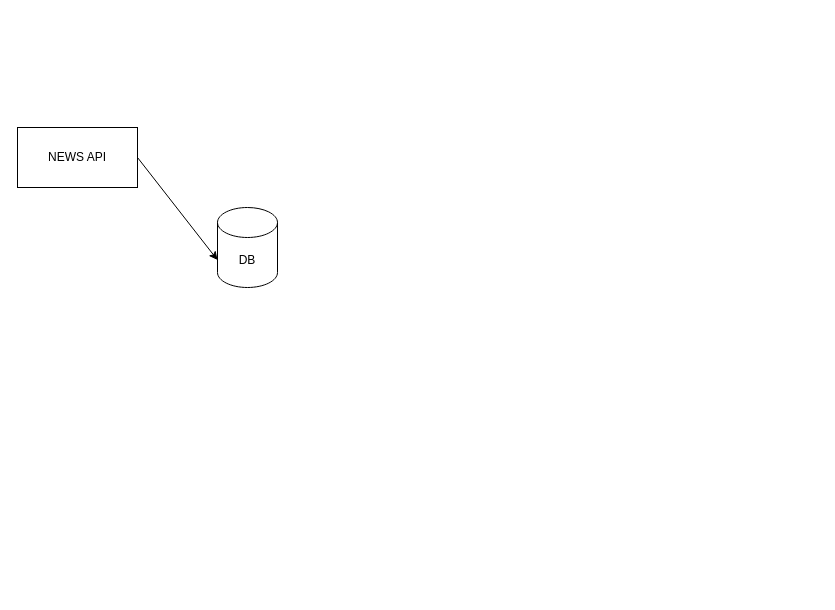
This is assets/news_Habor.drawio from Duks31/news-harbor, a draw.io file, before an edit. Source tidied: cells renumbered, new cells numbered last; positions are measured from the earlier drawing's top-left corner, leaving out a move shared by most shapes. Both pictures are drawn from the tidied source at 100%, with x=0, y=0 at pixel (17, 127).
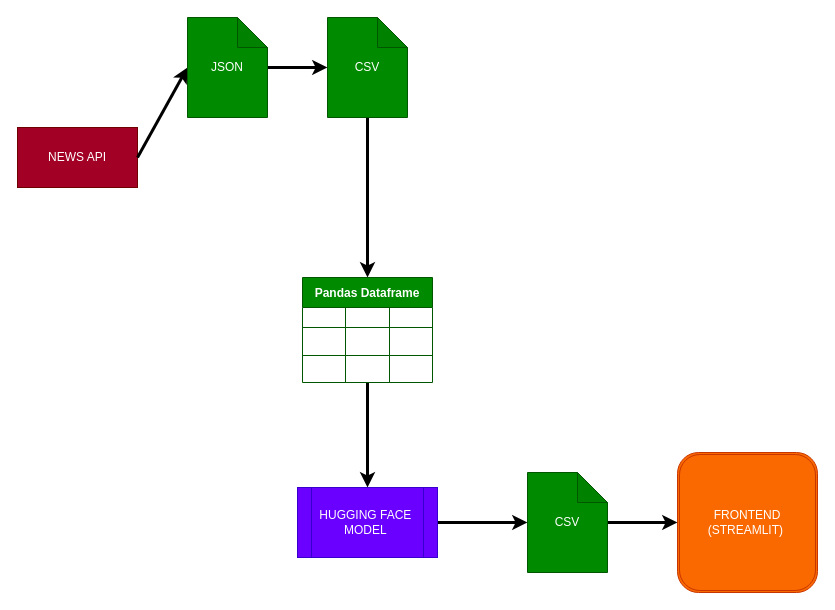
The same page after the edit.

The edit, as a diff of the source:
```diff
@@
-<mxGraphModel>
+<mxGraphModel background="#ffffff">
@@
-    <mxCell id="2" value="NEWS API" style="rounded=0;whiteSpace=wrap;html=1;" parent="1" vertex="1">
+    <mxCell id="2" value="NEWS API" style="rounded=0;whiteSpace=wrap;html=1;fillColor=#a20025;fontColor=#ffffff;strokeColor=#6F0000;" parent="1" vertex="1">
       <mxGeometry width="120" height="60" as="geometry" />
     </mxCell>
-    <mxCell id="3" style="endArrow=classic;html=1;rounded=0;entryX=0;entryY=0;entryDx=0;entryDy=52.5;entryPerimeter=0;exitX=1;exitY=0.5;exitDx=0;exitDy=0;" parent="1" edge="1" source="2" target="4">
+    <mxCell id="3" style="endArrow=classic;html=1;rounded=0;entryX=0;entryY=0.5;entryDx=0;entryDy=0;entryPerimeter=0;exitX=1;exitY=0.5;exitDx=0;exitDy=0;strokeColor=#000000;strokeWidth=3;" parent="1" edge="1" source="2" target="6">
       <mxGeometry relative="1" as="geometry" />
     </mxCell>
-    <mxCell id="4" value="DB" style="shape=cylinder3;whiteSpace=wrap;html=1;boundedLbl=1;backgroundOutline=1;size=15;" parent="1" vertex="1">
-      <mxGeometry x="200" y="80" width="60" height="80" as="geometry" />
-    </mxCell>
+    <mxCell id="5" style="edgeStyle=none;html=1;entryX=0;entryY=0.5;entryDx=0;entryDy=0;entryPerimeter=0;strokeWidth=3;strokeColor=#000000;" parent="1" edge="1" source="6" target="8">
+      <mxGeometry relative="1" as="geometry" />
+    </mxCell>
+    <mxCell id="6" value="JSON" style="shape=note;whiteSpace=wrap;html=1;backgroundOutline=1;darkOpacity=0.05;fillColor=#008a00;fontColor=#ffffff;strokeColor=#005700;" parent="1" vertex="1">
+      <mxGeometry x="170" y="-110" width="80" height="100" as="geometry" />
+    </mxCell>
+    <mxCell id="7" style="edgeStyle=none;html=1;entryX=0.5;entryY=0;entryDx=0;entryDy=0;strokeWidth=3;strokeColor=#000000;" parent="1" edge="1" source="8" target="15">
+      <mxGeometry relative="1" as="geometry" />
+    </mxCell>
+    <mxCell id="8" value="CSV" style="shape=note;whiteSpace=wrap;html=1;backgroundOutline=1;darkOpacity=0.05;fillColor=#008a00;fontColor=#ffffff;strokeColor=#005700;" parent="1" vertex="1">
+      <mxGeometry x="310" y="-110" width="80" height="100" as="geometry" />
+    </mxCell>
+    <mxCell id="9" style="edgeStyle=none;html=1;entryX=0;entryY=0.5;entryDx=0;entryDy=0;entryPerimeter=0;strokeWidth=3;strokeColor=#000000;" parent="1" edge="1" source="10" target="12">
+      <mxGeometry relative="1" as="geometry" />
+    </mxCell>
+    <mxCell id="10" value="HUGGING FACE&amp;nbsp;&lt;br&gt;MODEL&amp;nbsp;" style="shape=process;whiteSpace=wrap;html=1;backgroundOutline=1;fillColor=#6a00ff;fontColor=#ffffff;strokeColor=#3700CC;" parent="1" vertex="1">
+      <mxGeometry x="280" y="360" width="140" height="70" as="geometry" />
+    </mxCell>
+    <mxCell id="11" style="edgeStyle=none;html=1;entryX=0;entryY=0.5;entryDx=0;entryDy=0;strokeWidth=3;strokeColor=#000000;" parent="1" edge="1" source="12" target="13">
+      <mxGeometry relative="1" as="geometry" />
+    </mxCell>
+    <mxCell id="12" value="CSV" style="shape=note;whiteSpace=wrap;html=1;backgroundOutline=1;darkOpacity=0.05;fillColor=#008a00;fontColor=#ffffff;strokeColor=#005700;" parent="1" vertex="1">
+      <mxGeometry x="510" y="345" width="80" height="100" as="geometry" />
+    </mxCell>
+    <mxCell id="13" value="&lt;font color=&quot;#ffffff&quot;&gt;FRONTEND&lt;br&gt;(STREAMLIT)&amp;nbsp;&lt;/font&gt;" style="shape=ext;double=1;whiteSpace=wrap;html=1;fillColor=#fa6800;fontColor=#000000;strokeColor=#C73500;rounded=1;" parent="1" vertex="1">
+      <mxGeometry x="660" y="325" width="140" height="140" as="geometry" />
+    </mxCell>
+    <mxCell id="14" style="edgeStyle=none;html=1;entryX=0.5;entryY=0;entryDx=0;entryDy=0;strokeColor=#000000;strokeWidth=3;" parent="1" edge="1" source="15" target="10">
+      <mxGeometry relative="1" as="geometry" />
+    </mxCell>
+    <mxCell id="15" value="Pandas Dataframe" style="shape=table;startSize=30;childLayout=tableLayout;fontStyle=1;align=center;fillColor=#008a00;fontColor=#ffffff;strokeColor=#005700;swimlaneFillColor=default;" parent="1" vertex="1">
+      <mxGeometry x="285" y="150" width="130" height="105" as="geometry" />
+    </mxCell>
+    <mxCell id="16" style="shape=tableRow;horizontal=0;startSize=0;swimlaneHead=0;swimlaneBody=0;top=0;left=0;bottom=0;right=0;fillColor=none;" parent="15" vertex="1">
+      <mxGeometry y="30" width="130" height="20" as="geometry" />
+    </mxCell>
+    <mxCell id="17" style="shape=partialRectangle;html=1;whiteSpace=wrap;fillColor=none;top=0;left=0;bottom=0;right=0;overflow=hidden;" parent="16" vertex="1">
+      <mxGeometry width="43" height="20" as="geometry" />
+    </mxCell>
+    <mxCell id="18" style="shape=partialRectangle;html=1;whiteSpace=wrap;fillColor=none;top=0;left=0;bottom=0;right=0;overflow=hidden;" parent="16" vertex="1">
+      <mxGeometry x="43" width="44" height="20" as="geometry" />
+    </mxCell>
+    <mxCell id="19" style="shape=partialRectangle;html=1;whiteSpace=wrap;fillColor=none;top=0;left=0;bottom=0;right=0;overflow=hidden;" parent="16" vertex="1">
+      <mxGeometry x="87" width="43" height="20" as="geometry" />
+    </mxCell>
+    <mxCell id="20" style="shape=tableRow;horizontal=0;startSize=0;swimlaneHead=0;swimlaneBody=0;top=0;left=0;bottom=0;right=0;fillColor=none;" parent="15" vertex="1">
+      <mxGeometry y="50" width="130" height="28" as="geometry" />
+    </mxCell>
+    <mxCell id="21" style="shape=partialRectangle;html=1;whiteSpace=wrap;fillColor=none;top=0;left=0;bottom=0;right=0;overflow=hidden;" parent="20" vertex="1">
+      <mxGeometry width="43" height="28" as="geometry" />
+    </mxCell>
+    <mxCell id="22" style="shape=partialRectangle;html=1;whiteSpace=wrap;fillColor=none;top=0;left=0;bottom=0;right=0;overflow=hidden;" parent="20" vertex="1">
+      <mxGeometry x="43" width="44" height="28" as="geometry" />
+    </mxCell>
+    <mxCell id="23" style="shape=partialRectangle;html=1;whiteSpace=wrap;fillColor=none;top=0;left=0;bottom=0;right=0;overflow=hidden;" parent="20" vertex="1">
+      <mxGeometry x="87" width="43" height="28" as="geometry" />
+    </mxCell>
+    <mxCell id="24" style="shape=tableRow;horizontal=0;startSize=0;swimlaneHead=0;swimlaneBody=0;top=0;left=0;bottom=0;right=0;fillColor=none;" parent="15" vertex="1">
+      <mxGeometry y="78" width="130" height="27" as="geometry" />
+    </mxCell>
+    <mxCell id="25" style="shape=partialRectangle;html=1;whiteSpace=wrap;fillColor=none;top=0;left=0;bottom=0;right=0;overflow=hidden;" parent="24" vertex="1">
+      <mxGeometry width="43" height="27" as="geometry" />
+    </mxCell>
+    <mxCell id="26" style="shape=partialRectangle;html=1;whiteSpace=wrap;fillColor=none;top=0;left=0;bottom=0;right=0;overflow=hidden;" parent="24" vertex="1">
+      <mxGeometry x="43" width="44" height="27" as="geometry" />
+    </mxCell>
+    <mxCell id="27" style="shape=partialRectangle;html=1;whiteSpace=wrap;fillColor=none;top=0;left=0;bottom=0;right=0;overflow=hidden;" parent="24" vertex="1">
+      <mxGeometry x="87" width="43" height="27" as="geometry" />
+    </mxCell>
```
